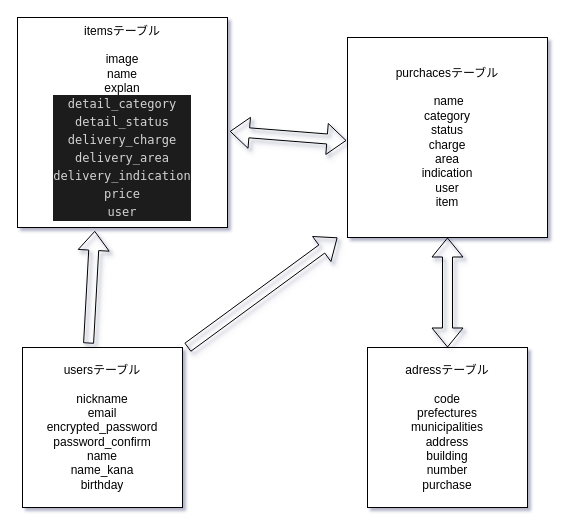
Before: ER.dio in pochi13/furima-36385, a draw.io diagram. Source tidied: cells renumbered, new cells numbered last; positions are measured from the earlier drawing's top-left corner, leaving out a move shared by most shapes. Both pictures are drawn from the tidied source at 100%, with x=0, y=0 at pixel (17, 17).
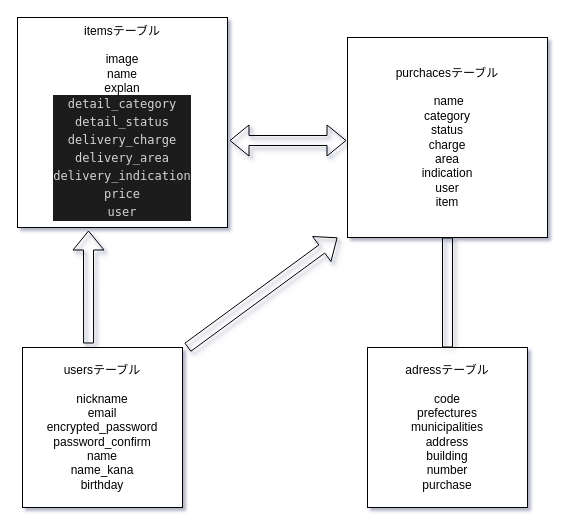
Above is the later version.

What changed in the source:
```diff
@@
 <mxGraphModel background="#ffffff" shadow="1">
   <root>
     <mxCell id="0" />
     <mxCell id="1" parent="0" />
     <mxCell id="2" value="itemsテーブル&lt;br&gt;&lt;br&gt;image&lt;br&gt;name&lt;br&gt;explan&lt;br&gt;&lt;div style=&quot;color: rgb(212 , 212 , 212) ; background-color: rgb(30 , 30 , 30) ; font-family: &amp;#34;menlo&amp;#34; , &amp;#34;monaco&amp;#34; , &amp;#34;courier new&amp;#34; , monospace ; line-height: 18px&quot;&gt;detail_category&lt;/div&gt;&lt;div style=&quot;color: rgb(212 , 212 , 212) ; background-color: rgb(30 , 30 , 30) ; font-family: &amp;#34;menlo&amp;#34; , &amp;#34;monaco&amp;#34; , &amp;#34;courier new&amp;#34; , monospace ; line-height: 18px&quot;&gt;detail_status&lt;/div&gt;&lt;div style=&quot;color: rgb(212 , 212 , 212) ; background-color: rgb(30 , 30 , 30) ; font-family: &amp;#34;menlo&amp;#34; , &amp;#34;monaco&amp;#34; , &amp;#34;courier new&amp;#34; , monospace ; line-height: 18px&quot;&gt;&lt;div style=&quot;line-height: 18px&quot;&gt;delivery_charge&lt;/div&gt;&lt;div style=&quot;line-height: 18px&quot;&gt;&lt;div style=&quot;font-family: &amp;#34;menlo&amp;#34; , &amp;#34;monaco&amp;#34; , &amp;#34;courier new&amp;#34; , monospace ; line-height: 18px&quot;&gt;delivery_area&lt;/div&gt;&lt;div style=&quot;font-family: &amp;#34;menlo&amp;#34; , &amp;#34;monaco&amp;#34; , &amp;#34;courier new&amp;#34; , monospace ; line-height: 18px&quot;&gt;&lt;div style=&quot;line-height: 18px&quot;&gt;delivery_indication&lt;/div&gt;&lt;div style=&quot;line-height: 18px&quot;&gt;&lt;div style=&quot;line-height: 18px&quot;&gt;price&lt;/div&gt;&lt;div style=&quot;line-height: 18px&quot;&gt;user&lt;/div&gt;&lt;/div&gt;&lt;/div&gt;&lt;/div&gt;&lt;/div&gt;" style="whiteSpace=wrap;html=1;" parent="1" vertex="1">
       <mxGeometry width="210" height="210" as="geometry" />
     </mxCell>
     <mxCell id="3" value="usersテーブル&lt;br&gt;&lt;br&gt;nickname&lt;br&gt;email&lt;br&gt;encrypted_password&lt;br&gt;password_confirm&lt;br&gt;name&lt;br&gt;name_kana&lt;br&gt;birthday" style="whiteSpace=wrap;html=1;" parent="1" vertex="1">
       <mxGeometry x="5" y="330" width="160" height="160" as="geometry" />
     </mxCell>
     <mxCell id="4" value="purchacesテーブル&lt;br&gt;&lt;br&gt;&amp;nbsp;name&lt;br&gt;category&lt;br&gt;status&lt;br&gt;charge&lt;br&gt;area&lt;br&gt;indication&lt;br&gt;user&lt;br&gt;item" style="whiteSpace=wrap;html=1;" parent="1" vertex="1">
       <mxGeometry x="330" y="20" width="200" height="200" as="geometry" />
     </mxCell>
     <mxCell id="5" value="adressテーブル&lt;br&gt;&lt;br&gt;code&lt;br&gt;prefectures&lt;br&gt;municipalities&lt;br&gt;address&lt;br&gt;building&lt;br&gt;number&lt;br&gt;purchase" style="whiteSpace=wrap;html=1;" parent="1" vertex="1">
       <mxGeometry x="350" y="330" width="160" height="160" as="geometry" />
     </mxCell>
     <mxCell id="6" style="shape=flexArrow;endArrow=classic;startArrow=classic;html=1;sourcePerimeterSpacing=0;width=0;endSize=5.67;entryX=-0.025;entryY=0.456;entryDx=0;entryDy=0;entryPerimeter=0;" parent="1" edge="1" target="5">
       <mxGeometry relative="1" as="geometry">
         <mxPoint x="170" y="400" as="sourcePoint" />
       </mxGeometry>
     </mxCell>
-    <mxCell id="7" style="shape=flexArrow;endArrow=block;startArrow=none;html=1;sourcePerimeterSpacing=0;entryX=0.368;entryY=1.016;entryDx=0;entryDy=0;entryPerimeter=0;exitX=0.413;exitY=-0.025;exitDx=0;exitDy=0;exitPerimeter=0;elbow=vertical;shadow=1;sketch=0;endFill=0;startFill=0;" parent="1" edge="1" source="3" target="2">
-      <mxGeometry relative="1" as="geometry" />
+    <mxCell id="7" style="shape=flexArrow;endArrow=block;startArrow=none;html=1;sourcePerimeterSpacing=0;exitX=0.413;exitY=-0.025;exitDx=0;exitDy=0;exitPerimeter=0;elbow=vertical;shadow=1;sketch=0;endFill=0;startFill=0;" parent="1" edge="1" source="3">
+      <mxGeometry relative="1" as="geometry">
+        <mxPoint x="71" y="213" as="targetPoint" />
+      </mxGeometry>
     </mxCell>
-    <mxCell id="8" style="endArrow=block;startArrow=block;html=1;shadow=1;sourcePerimeterSpacing=0;exitX=1.011;exitY=0.542;exitDx=0;exitDy=0;exitPerimeter=0;shape=flexArrow;endFill=0;" parent="1" edge="1" source="2">
+    <mxCell id="8" style="endArrow=block;startArrow=block;html=1;shadow=1;sourcePerimeterSpacing=0;shape=flexArrow;endFill=0;" parent="1" edge="1">
       <mxGeometry relative="1" as="geometry">
+        <mxPoint x="212" y="123" as="sourcePoint" />
         <mxPoint x="329" y="123" as="targetPoint" />
       </mxGeometry>
     </mxCell>
     <mxCell id="9" style="shape=flexArrow;endArrow=block;startArrow=none;html=1;shadow=1;sourcePerimeterSpacing=0;startFill=0;endFill=0;" parent="1" edge="1">
       <mxGeometry relative="1" as="geometry">
         <mxPoint x="170" y="330" as="sourcePoint" />
         <mxPoint x="320" y="220" as="targetPoint" />
       </mxGeometry>
     </mxCell>
-    <mxCell id="10" style="shape=flexArrow;endArrow=classic;startArrow=classic;html=1;shadow=1;sourcePerimeterSpacing=0;entryX=0.5;entryY=1;entryDx=0;entryDy=0;exitX=0.5;exitY=0;exitDx=0;exitDy=0;" parent="1" edge="1" source="5" target="4">
+    <mxCell id="10" style="shape=flexArrow;endArrow=none;startArrow=none;html=1;shadow=1;sourcePerimeterSpacing=0;entryX=0.5;entryY=1;entryDx=0;entryDy=0;exitX=0.5;exitY=0;exitDx=0;exitDy=0;startFill=0;endFill=0;" parent="1" edge="1" source="5" target="4">
       <mxGeometry relative="1" as="geometry" />
     </mxCell>
   </root>
 </mxGraphModel>
```
